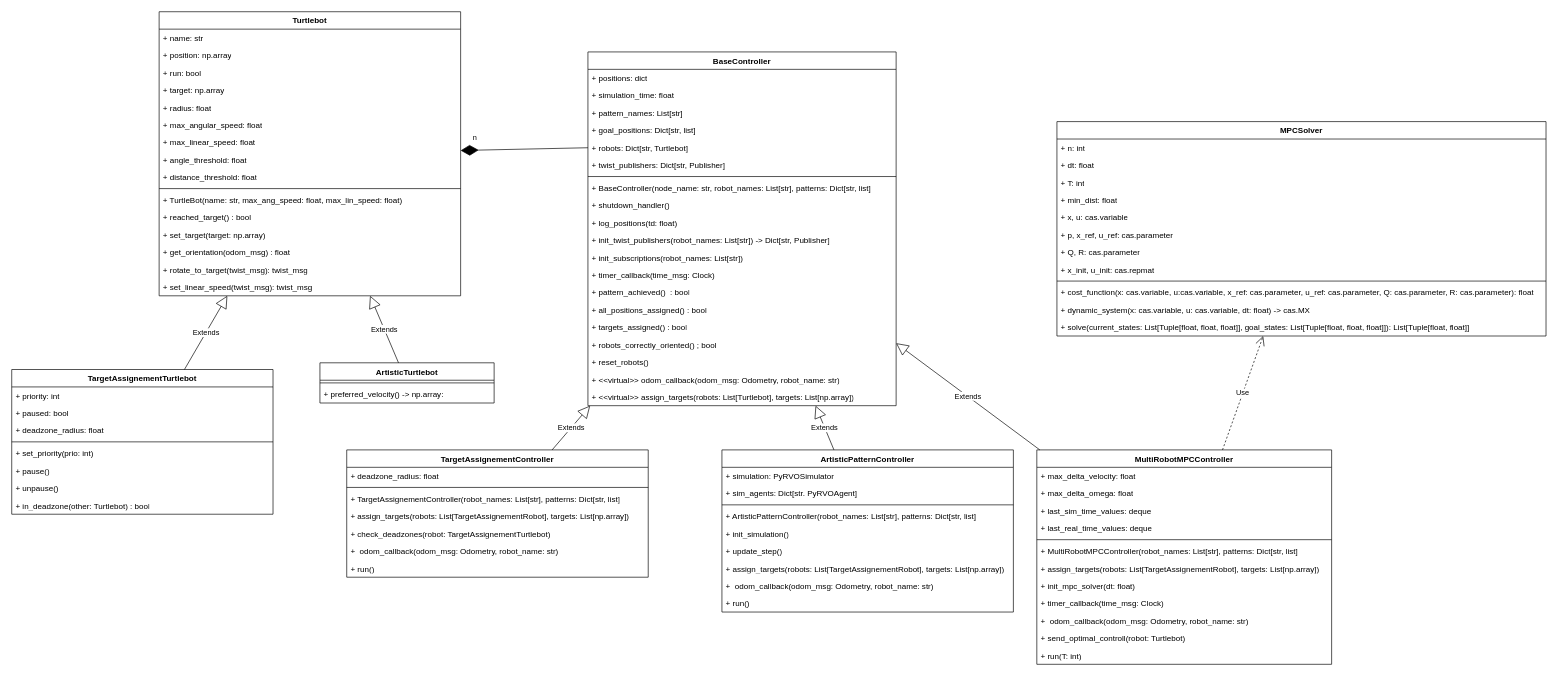
Above: diagrams/class_diagram.drawio in MariiaPoliakovaa/RobotFormations (draw.io), before the change. Source tidied: cells renumbered, new cells numbered last; positions are measured from the earlier drawing's top-left corner, leaving out a move shared by most shapes. Both pictures are drawn from the tidied source at 67%, with x=0, y=0 at pixel (11, 11).
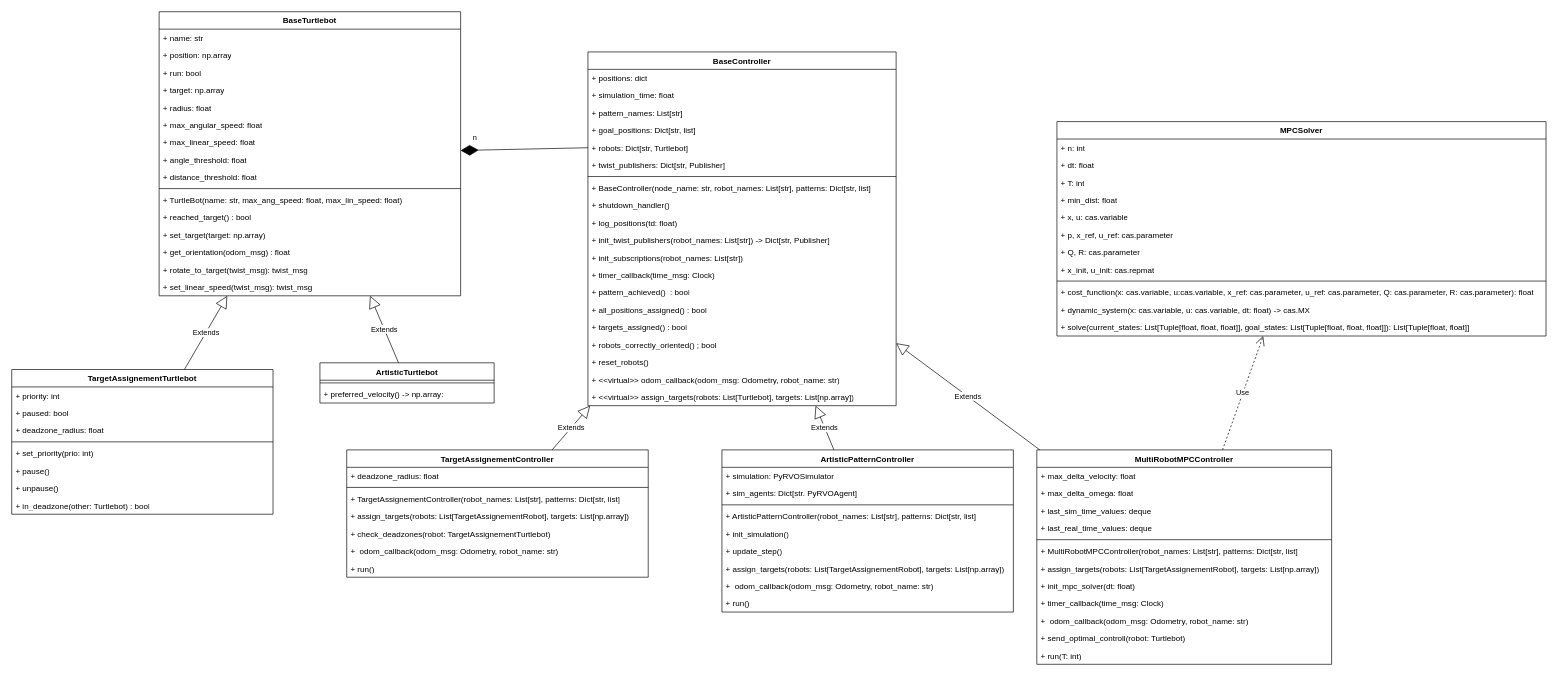
The same page after the edit.

Change to the diagram source:
```diff
@@
-    <mxCell id="2" value="Turtlebot" style="swimlane;fontStyle=1;align=center;verticalAlign=top;horizontal=1;startSize=26;whiteSpace=wrap;html=1;" parent="1" vertex="1">
+    <mxCell id="2" value="BaseTurtlebot" style="swimlane;fontStyle=1;align=center;verticalAlign=top;horizontal=1;startSize=26;whiteSpace=wrap;html=1;" parent="1" vertex="1">
       <mxGeometry x="220" width="450" height="424" as="geometry" />
     </mxCell>
```
